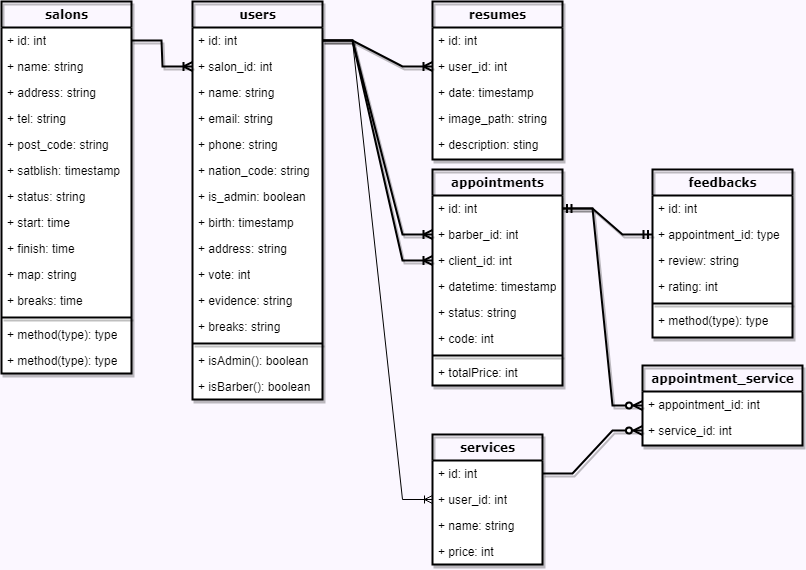
The draw.io diagram MoocutTableDiagram.drawio.png in RezaRfahi/moocut, before a commit. Source tidied: cells renumbered, new cells last; positions are measured from the earlier drawing's top-left corner, leaving out a move shared by most shapes.
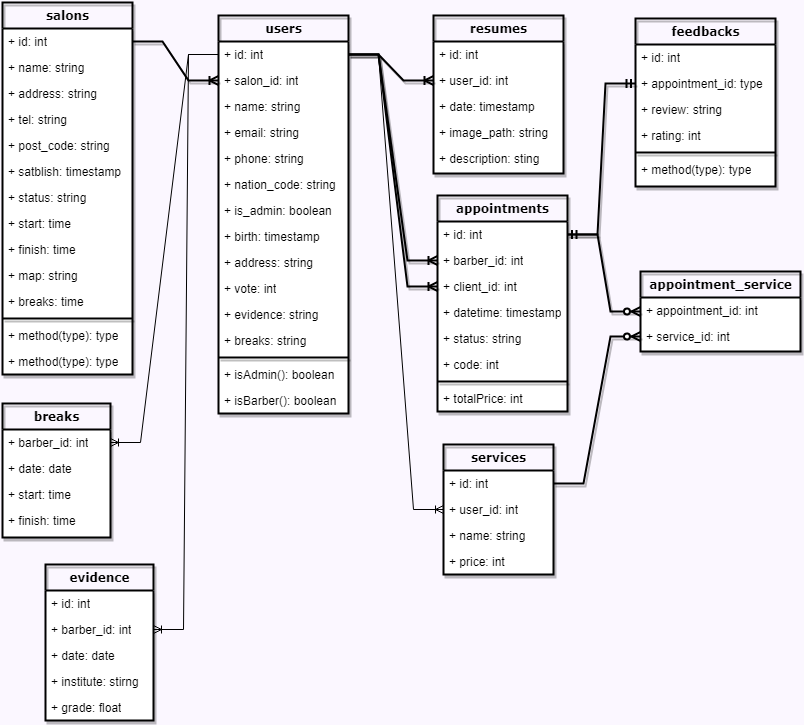
After the change.

Change to the diagram source:
```diff
@@ -3,7 +3,7 @@
     <mxCell id="0" />
     <mxCell id="1" parent="0" />
     <mxCell id="2" value="appointment_service" style="swimlane;html=1;fontStyle=1;align=center;verticalAlign=top;horizontal=1;startSize=26;swimlaneFillColor=#ffffff;rounded=0;shadow=1;comic=0;labelBackgroundColor=none;strokeWidth=2;fillColor=none;fontFamily=Verdana;fontSize=12;" parent="1" vertex="1">
-      <mxGeometry x="641" y="364" width="160" height="80" as="geometry" />
+      <mxGeometry x="638" y="228" width="160" height="80" as="geometry" />
     </mxCell>
     <mxCell id="3" value="+ appointment_id: int" style="text;html=1;strokeColor=none;fillColor=none;align=left;verticalAlign=top;spacingLeft=4;spacingRight=4;whiteSpace=wrap;overflow=hidden;shadow=1;strokeWidth=2;" parent="2" vertex="1">
       <mxGeometry y="26" width="160" height="26" as="geometry" />
@@ -12,7 +12,7 @@
       <mxGeometry y="52" width="160" height="26" as="geometry" />
     </mxCell>
     <mxCell id="5" value="users" style="swimlane;html=1;fontStyle=1;align=center;verticalAlign=top;horizontal=1;startSize=26;swimlaneFillColor=#ffffff;rounded=0;shadow=1;comic=0;labelBackgroundColor=none;strokeWidth=2;fillColor=none;fontFamily=Verdana;fontSize=12;" parent="1" vertex="1">
-      <mxGeometry x="191" width="130" height="398" as="geometry" />
+      <mxGeometry x="216" y="-28" width="130" height="398" as="geometry" />
     </mxCell>
     <mxCell id="6" value="+ id: int" style="text;html=1;strokeColor=none;fillColor=none;align=left;verticalAlign=top;spacingLeft=4;spacingRight=4;whiteSpace=wrap;overflow=hidden;points=[[0,0.5],[1,0.5]];portConstraint=eastwest;shadow=1;strokeWidth=2;" parent="5" vertex="1">
       <mxGeometry y="26" width="130" height="26" as="geometry" />
@@ -60,7 +60,7 @@
       <mxGeometry y="372" width="130" height="26" as="geometry" />
     </mxCell>
     <mxCell id="21" value="resumes" style="swimlane;html=1;fontStyle=1;align=center;verticalAlign=top;horizontal=1;startSize=26;swimlaneFillColor=#ffffff;rounded=0;shadow=1;comic=0;labelBackgroundColor=none;strokeWidth=2;fillColor=none;fontFamily=Verdana;fontSize=12;" parent="1" vertex="1">
-      <mxGeometry x="431" width="130" height="158" as="geometry" />
+      <mxGeometry x="431" y="-28" width="130" height="158" as="geometry" />
     </mxCell>
     <mxCell id="22" value="+ id: int" style="text;html=1;strokeColor=none;fillColor=none;align=left;verticalAlign=top;spacingLeft=4;spacingRight=4;whiteSpace=wrap;overflow=hidden;shadow=1;strokeWidth=2;" parent="21" vertex="1">
       <mxGeometry y="26" width="130" height="26" as="geometry" />
@@ -78,7 +78,7 @@
       <mxGeometry y="130" width="130" height="26" as="geometry" />
     </mxCell>
     <mxCell id="27" value="appointments" style="swimlane;html=1;fontStyle=1;align=center;verticalAlign=top;horizontal=1;startSize=26;swimlaneFillColor=#ffffff;rounded=0;shadow=1;comic=0;labelBackgroundColor=none;strokeWidth=2;fillColor=none;fontFamily=Verdana;fontSize=12;" parent="1" vertex="1">
-      <mxGeometry x="431" y="168" width="130" height="216" as="geometry" />
+      <mxGeometry x="435" y="152" width="130" height="216" as="geometry" />
     </mxCell>
     <mxCell id="28" value="+ id: int" style="text;html=1;strokeColor=none;fillColor=none;align=left;verticalAlign=top;spacingLeft=4;spacingRight=4;whiteSpace=wrap;overflow=hidden;points=[[0,0.5],[1,0.5]];portConstraint=eastwest;shadow=1;strokeWidth=2;" parent="27" vertex="1">
       <mxGeometry y="26" width="130" height="26" as="geometry" />
@@ -105,7 +105,7 @@
       <mxGeometry y="190" width="130" height="26" as="geometry" />
     </mxCell>
     <mxCell id="36" value="salons" style="swimlane;html=1;fontStyle=1;align=center;verticalAlign=top;horizontal=1;startSize=26;swimlaneFillColor=#ffffff;rounded=0;shadow=1;comic=0;labelBackgroundColor=none;strokeWidth=2;fillColor=none;fontFamily=Verdana;fontSize=12;" parent="1" vertex="1">
-      <mxGeometry width="130" height="372" as="geometry" />
+      <mxGeometry y="-41" width="130" height="372" as="geometry" />
     </mxCell>
     <mxCell id="37" value="+ id: int" style="text;html=1;strokeColor=none;fillColor=none;align=left;verticalAlign=top;spacingLeft=4;spacingRight=4;whiteSpace=wrap;overflow=hidden;points=[[0,0.5],[1,0.5]];portConstraint=eastwest;shadow=1;strokeWidth=2;" parent="36" vertex="1">
       <mxGeometry y="26" width="130" height="26" as="geometry" />
@@ -150,7 +150,7 @@
       <mxGeometry y="346" width="130" height="26" as="geometry" />
     </mxCell>
     <mxCell id="51" value="feedbacks" style="swimlane;html=1;fontStyle=1;align=center;verticalAlign=top;horizontal=1;startSize=26;swimlaneFillColor=#ffffff;rounded=0;shadow=1;comic=0;labelBackgroundColor=none;strokeWidth=2;fillColor=none;fontFamily=Verdana;fontSize=12;" parent="1" vertex="1">
-      <mxGeometry x="651" y="168" width="140" height="168" as="geometry" />
+      <mxGeometry x="633" y="-25" width="140" height="168" as="geometry" />
     </mxCell>
     <mxCell id="52" value="+ id: int" style="text;html=1;strokeColor=none;fillColor=none;align=left;verticalAlign=top;spacingLeft=4;spacingRight=4;whiteSpace=wrap;overflow=hidden;shadow=1;strokeWidth=2;" parent="51" vertex="1">
       <mxGeometry y="26" width="140" height="26" as="geometry" />
@@ -171,7 +171,7 @@
       <mxGeometry y="138" width="140" height="26" as="geometry" />
     </mxCell>
     <mxCell id="58" value="services" style="swimlane;html=1;fontStyle=1;align=center;verticalAlign=top;horizontal=1;startSize=26;swimlaneFillColor=#ffffff;rounded=0;shadow=1;comic=0;labelBackgroundColor=none;strokeWidth=2;fillColor=none;fontFamily=Verdana;fontSize=12;" parent="1" vertex="1">
-      <mxGeometry x="431" y="433" width="110" height="130" as="geometry" />
+      <mxGeometry x="441" y="401" width="110" height="130" as="geometry" />
     </mxCell>
     <mxCell id="59" value="+ id: int" style="text;html=1;strokeColor=none;fillColor=none;align=left;verticalAlign=top;spacingLeft=4;spacingRight=4;whiteSpace=wrap;overflow=hidden;points=[[0,0.5],[1,0.5]];portConstraint=eastwest;shadow=1;strokeWidth=2;" parent="58" vertex="1">
       <mxGeometry y="26" width="110" height="26" as="geometry" />
@@ -209,5 +209,44 @@
     <mxCell id="70" style="edgeStyle=entityRelationEdgeStyle;fontSize=12;html=1;endArrow=ERoneToMany;rounded=0;exitX=1;exitY=0.5;exitDx=0;exitDy=0;entryX=0;entryY=0.5;entryDx=0;entryDy=0;" parent="1" edge="1" source="6" target="60">
       <mxGeometry relative="1" as="geometry" />
     </mxCell>
+    <mxCell id="71" value="breaks" style="swimlane;html=1;fontStyle=1;align=center;verticalAlign=top;horizontal=1;startSize=26;swimlaneFillColor=#ffffff;rounded=0;shadow=1;comic=0;labelBackgroundColor=none;strokeWidth=2;fillColor=none;fontFamily=Verdana;fontSize=12;" parent="1" vertex="1">
+      <mxGeometry y="360" width="108" height="134" as="geometry" />
+    </mxCell>
+    <mxCell id="72" value="+ barber_id: int" style="text;html=1;strokeColor=none;fillColor=none;align=left;verticalAlign=top;spacingLeft=4;spacingRight=4;whiteSpace=wrap;overflow=hidden;points=[[0,0.5],[1,0.5]];portConstraint=eastwest;shadow=1;strokeWidth=2;" parent="71" vertex="1">
+      <mxGeometry y="26" width="108" height="26" as="geometry" />
+    </mxCell>
+    <mxCell id="73" value="+ date: date" style="text;html=1;strokeColor=none;fillColor=none;align=left;verticalAlign=top;spacingLeft=4;spacingRight=4;whiteSpace=wrap;overflow=hidden;shadow=1;strokeWidth=2;" parent="71" vertex="1">
+      <mxGeometry y="52" width="108" height="26" as="geometry" />
+    </mxCell>
+    <mxCell id="74" value="+ start: time" style="text;html=1;strokeColor=none;fillColor=none;align=left;verticalAlign=top;spacingLeft=4;spacingRight=4;whiteSpace=wrap;overflow=hidden;shadow=1;strokeWidth=2;" parent="71" vertex="1">
+      <mxGeometry y="78" width="108" height="26" as="geometry" />
+    </mxCell>
+    <mxCell id="75" value="+ finish: time" style="text;html=1;strokeColor=none;fillColor=none;align=left;verticalAlign=top;spacingLeft=4;spacingRight=4;whiteSpace=wrap;overflow=hidden;shadow=1;strokeWidth=2;" parent="71" vertex="1">
+      <mxGeometry y="104" width="108" height="26" as="geometry" />
+    </mxCell>
+    <mxCell id="76" style="edgeStyle=entityRelationEdgeStyle;fontSize=12;html=1;endArrow=ERoneToMany;rounded=0;exitX=0;exitY=0.5;exitDx=0;exitDy=0;entryX=1;entryY=0.5;entryDx=0;entryDy=0;" parent="1" edge="1" source="6" target="72">
+      <mxGeometry relative="1" as="geometry" />
+    </mxCell>
+    <mxCell id="77" value="evidence" style="swimlane;html=1;fontStyle=1;align=center;verticalAlign=top;horizontal=1;startSize=26;swimlaneFillColor=#ffffff;rounded=0;shadow=1;comic=0;labelBackgroundColor=none;strokeWidth=2;fillColor=none;fontFamily=Verdana;fontSize=12;" parent="1" vertex="1">
+      <mxGeometry x="43" y="521" width="108" height="156" as="geometry" />
+    </mxCell>
+    <mxCell id="78" value="+ id: int" style="text;html=1;strokeColor=none;fillColor=none;align=left;verticalAlign=top;spacingLeft=4;spacingRight=4;whiteSpace=wrap;overflow=hidden;shadow=1;strokeWidth=2;" parent="77" vertex="1">
+      <mxGeometry y="26" width="108" height="26" as="geometry" />
+    </mxCell>
+    <mxCell id="79" value="+ barber_id: int" style="text;html=1;strokeColor=none;fillColor=none;align=left;verticalAlign=top;spacingLeft=4;spacingRight=4;whiteSpace=wrap;overflow=hidden;points=[[0,0.5],[1,0.5]];portConstraint=eastwest;shadow=1;strokeWidth=2;" parent="77" vertex="1">
+      <mxGeometry y="52" width="108" height="26" as="geometry" />
+    </mxCell>
+    <mxCell id="80" value="+ date: date" style="text;html=1;strokeColor=none;fillColor=none;align=left;verticalAlign=top;spacingLeft=4;spacingRight=4;whiteSpace=wrap;overflow=hidden;shadow=1;strokeWidth=2;" parent="77" vertex="1">
+      <mxGeometry y="78" width="108" height="26" as="geometry" />
+    </mxCell>
+    <mxCell id="81" value="+ institute: stirng" style="text;html=1;strokeColor=none;fillColor=none;align=left;verticalAlign=top;spacingLeft=4;spacingRight=4;whiteSpace=wrap;overflow=hidden;shadow=1;strokeWidth=2;" parent="77" vertex="1">
+      <mxGeometry y="104" width="108" height="26" as="geometry" />
+    </mxCell>
+    <mxCell id="82" value="+ grade: float" style="text;html=1;strokeColor=none;fillColor=none;align=left;verticalAlign=top;spacingLeft=4;spacingRight=4;whiteSpace=wrap;overflow=hidden;shadow=1;strokeWidth=2;" parent="77" vertex="1">
+      <mxGeometry y="130" width="108" height="26" as="geometry" />
+    </mxCell>
+    <mxCell id="83" style="edgeStyle=entityRelationEdgeStyle;fontSize=12;html=1;endArrow=ERoneToMany;rounded=0;exitX=0;exitY=0.5;exitDx=0;exitDy=0;entryX=1;entryY=0.5;entryDx=0;entryDy=0;" parent="1" edge="1" source="6" target="79">
+      <mxGeometry relative="1" as="geometry" />
+    </mxCell>
   </root>
 </mxGraphModel>
```
